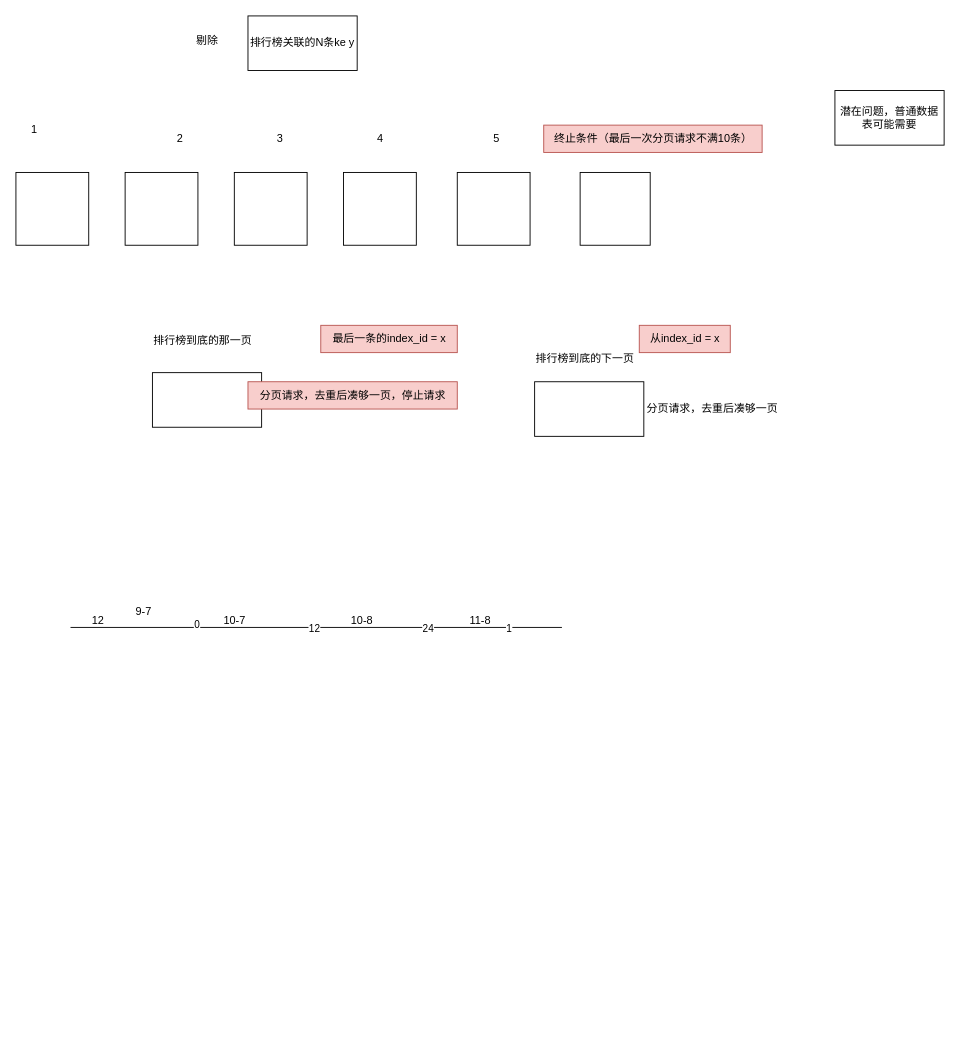
onlyonedaniel/wiki keeps this draw.io diagram as think.drawio. Above is the earlier version. Source tidied: cells renumbered, new cells numbered last; positions are measured from the earlier drawing's top-left corner, leaving out a move shared by most shapes. Both pictures are drawn from the tidied source at 91%, with x=0, y=0 at pixel (15, 15).
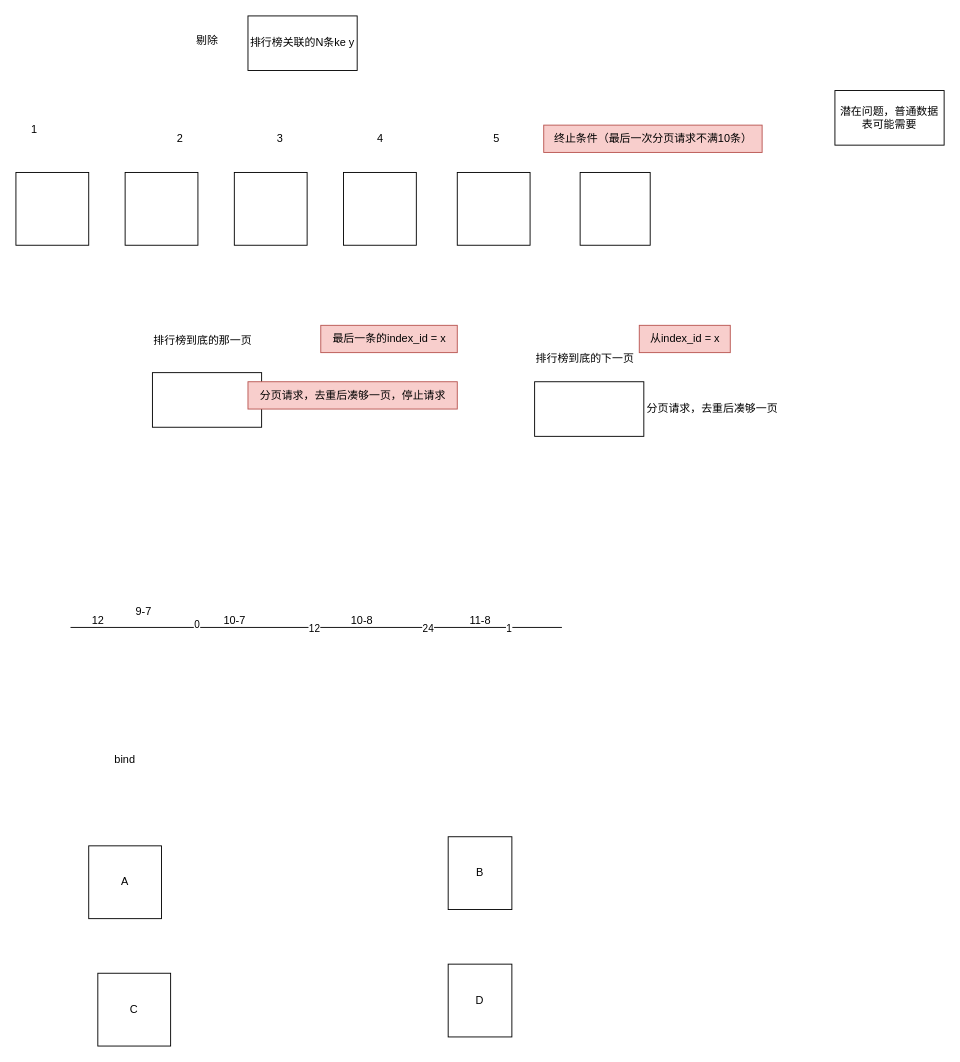
After the change.

The edit, as a diff of the source:
```diff
@@
+    <mxCell id="35" value="bind" style="text;html=1;whiteSpace=wrap;strokeColor=none;fillColor=none;align=center;verticalAlign=middle;rounded=0;" parent="1" vertex="1">
+      <mxGeometry x="90" y="802" width="60" height="30" as="geometry" />
+    </mxCell>
+    <mxCell id="36" value="A" style="whiteSpace=wrap;html=1;" parent="1" vertex="1">
+      <mxGeometry x="80" y="912" width="80" height="80" as="geometry" />
+    </mxCell>
+    <mxCell id="37" value="B" style="whiteSpace=wrap;html=1;" parent="1" vertex="1">
+      <mxGeometry x="475" y="902" width="70" height="80" as="geometry" />
+    </mxCell>
+    <mxCell id="38" value="C" style="whiteSpace=wrap;html=1;" parent="1" vertex="1">
+      <mxGeometry x="90" y="1052" width="80" height="80" as="geometry" />
+    </mxCell>
+    <mxCell id="39" value="D" style="whiteSpace=wrap;html=1;" parent="1" vertex="1">
+      <mxGeometry x="475" y="1042" width="70" height="80" as="geometry" />
+    </mxCell>
```
